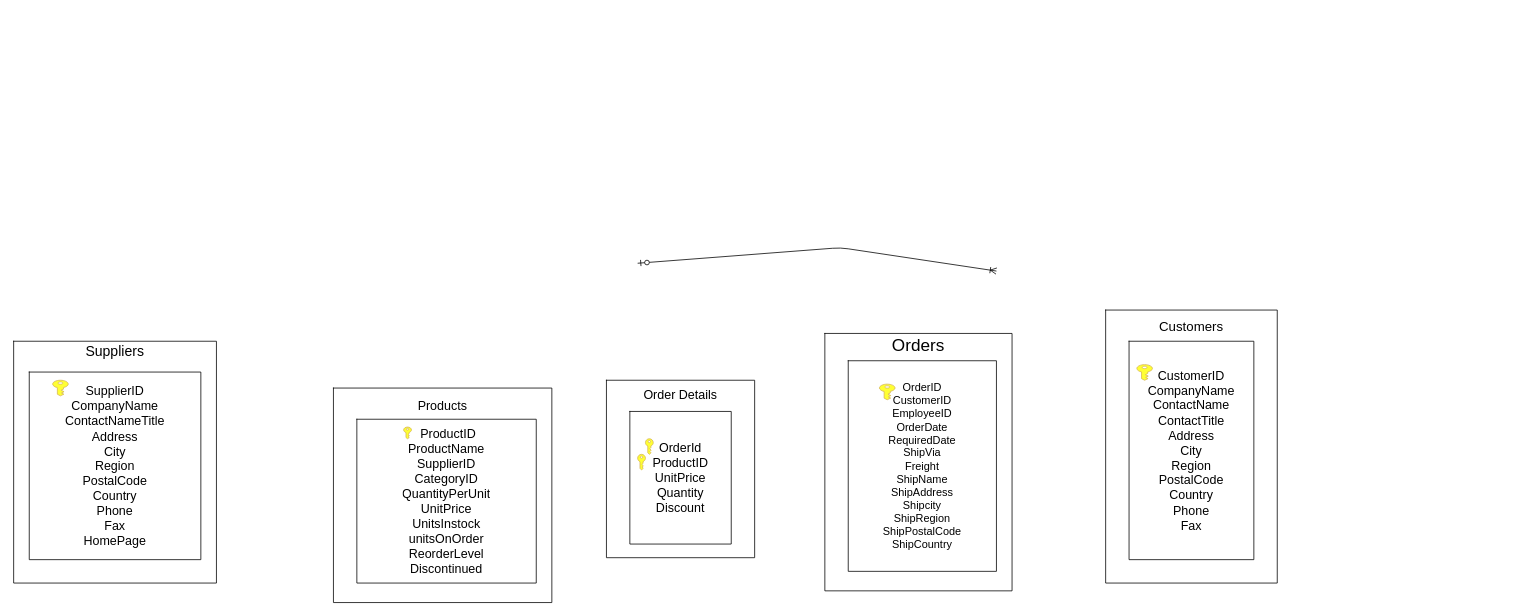
Earlier version of the draw.io diagram ER_Shop.drawio (nattapon62/ER_diagram). Source tidied: cells renumbered, new cells numbered last; positions are measured from the earlier drawing's top-left corner, leaving out a move shared by most shapes. Both pictures are drawn from the tidied source at 78%, with x=0, y=0 at pixel (13, 247).
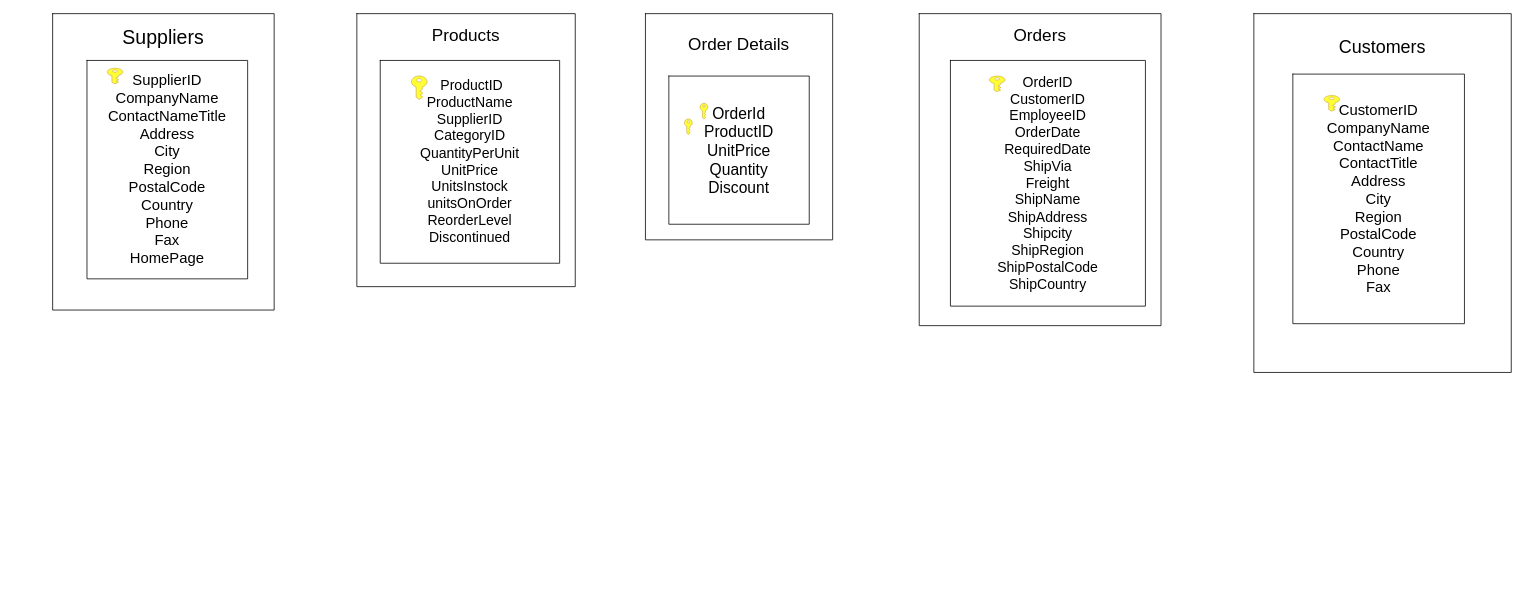
Above is the later version.

What changed in the source:
```diff
@@
     <mxCell id="2" style="shape=table;html=1;whiteSpace=wrap;startSize=0;childLayout=tableLayout;" parent="1" vertex="1">
-      <mxGeometry x="1400" y="80" width="220" height="350" as="geometry" />
+      <mxGeometry x="1590" y="-300" width="330" height="460" as="geometry" />
     </mxCell>
     <mxCell id="3" style="shape=partialRectangle;html=1;whiteSpace=wrap;fillColor=none;top=0;left=0;bottom=0;right=0;" parent="2" vertex="1">
-      <mxGeometry width="220" height="350" as="geometry" />
+      <mxGeometry width="330" height="460" as="geometry" />
     </mxCell>
-    <mxCell id="4" value="&lt;font style=&quot;font-size: 17px&quot;&gt;&lt;font style=&quot;font-size: 17px&quot;&gt;Customers&lt;/font&gt;&lt;br&gt;&lt;br&gt;&lt;br&gt;&lt;br&gt;&lt;br&gt;&lt;br&gt;&lt;br&gt;&lt;br&gt;&lt;br&gt;&lt;br&gt;&lt;br&gt;&lt;br&gt;&lt;br&gt;&lt;br&gt;&lt;br&gt;&lt;br&gt;&lt;/font&gt;" style="shape=partialRectangle;html=1;whiteSpace=wrap;overflow=hidden;fillColor=none;top=0;left=0;bottom=0;right=0;" parent="3" vertex="1">
-      <mxGeometry width="220" height="350" as="geometry" />
+    <mxCell id="4" value="&lt;font&gt;&lt;font&gt;&lt;font style=&quot;font-size: 23px&quot;&gt;Customers&lt;br&gt;&lt;/font&gt;&lt;br&gt;&lt;br&gt;&lt;br&gt;&lt;br&gt;&lt;br&gt;&lt;br&gt;&lt;br&gt;&lt;br&gt;&lt;br&gt;&lt;br&gt;&lt;/font&gt;&lt;br&gt;&lt;br&gt;&lt;br&gt;&lt;br&gt;&lt;br&gt;&lt;br&gt;&lt;br&gt;&lt;br&gt;&lt;br&gt;&lt;br&gt;&lt;br&gt;&lt;br&gt;&lt;br&gt;&lt;br&gt;&lt;br&gt;&lt;br&gt;&lt;/font&gt;" style="shape=partialRectangle;html=1;whiteSpace=wrap;overflow=hidden;fillColor=none;top=0;left=0;bottom=0;right=0;" parent="3" vertex="1">
+      <mxGeometry width="330" height="460" as="geometry" />
     </mxCell>
     <mxCell id="5" style="shape=table;html=1;whiteSpace=wrap;startSize=0;childLayout=tableLayout;" parent="1" vertex="1">
-      <mxGeometry x="760" y="170" width="190" height="227.5" as="geometry" />
+      <mxGeometry x="810" y="-300" width="240" height="290" as="geometry" />
     </mxCell>
     <mxCell id="6" style="shape=partialRectangle;html=1;whiteSpace=wrap;fillColor=none;top=0;left=0;bottom=0;right=0;" parent="5" vertex="1">
-      <mxGeometry width="190" height="228" as="geometry" />
+      <mxGeometry width="240" height="290" as="geometry" />
     </mxCell>
-    <mxCell id="7" value="&lt;font style=&quot;font-size: 16px&quot;&gt;Order Details&lt;br&gt;&lt;br&gt;&lt;br&gt;&lt;br&gt;&lt;br&gt;&lt;br&gt;&lt;br&gt;&lt;br&gt;&lt;br&gt;&lt;br&gt;&lt;br&gt;&lt;/font&gt;" style="shape=partialRectangle;html=1;whiteSpace=wrap;overflow=hidden;fillColor=none;top=0;left=0;bottom=0;right=0;" parent="6" vertex="1">
-      <mxGeometry width="190" height="228" as="geometry" />
+    <mxCell id="7" value="&lt;font style=&quot;font-size: 22px&quot;&gt;Order Details&lt;br&gt;&lt;br&gt;&lt;br&gt;&lt;br&gt;&lt;br&gt;&lt;br&gt;&lt;br&gt;&lt;br&gt;&lt;br&gt;&lt;/font&gt;" style="shape=partialRectangle;html=1;whiteSpace=wrap;overflow=hidden;fillColor=none;top=0;left=0;bottom=0;right=0;" parent="6" vertex="1">
+      <mxGeometry width="240" height="290" as="geometry" />
     </mxCell>
     <mxCell id="8" style="shape=table;html=1;whiteSpace=wrap;startSize=0;childLayout=tableLayout;" parent="1" vertex="1">
-      <mxGeometry y="120" width="260" height="310" as="geometry" />
+      <mxGeometry x="50" y="-300" width="284" height="380" as="geometry" />
     </mxCell>
     <mxCell id="9" style="shape=partialRectangle;html=1;whiteSpace=wrap;fillColor=none;top=0;left=0;bottom=0;right=0;" parent="8" vertex="1">
-      <mxGeometry width="260" height="310" as="geometry" />
+      <mxGeometry width="284" height="380" as="geometry" />
     </mxCell>
-    <mxCell id="10" value="&lt;span style=&quot;font-size: 18px&quot;&gt;Suppliers&lt;br&gt;&lt;br&gt;&lt;br&gt;&lt;br&gt;&lt;br&gt;&lt;br&gt;&lt;br&gt;&lt;br&gt;&lt;br&gt;&lt;br&gt;&lt;br&gt;&lt;br&gt;&lt;br&gt;&lt;br&gt;&lt;/span&gt;" style="shape=partialRectangle;html=1;whiteSpace=wrap;overflow=hidden;fillColor=none;top=0;left=0;bottom=0;right=0;" parent="9" vertex="1">
-      <mxGeometry width="260" height="310" as="geometry" />
+    <mxCell id="10" value="&lt;font style=&quot;font-size: 25px&quot;&gt;Suppliers&lt;br&gt;&lt;br&gt;&lt;br&gt;&lt;/font&gt;&lt;br&gt;&lt;br&gt;&lt;br&gt;&lt;br&gt;&lt;br&gt;&lt;br&gt;&lt;br&gt;&lt;br&gt;&lt;br&gt;&lt;br&gt;&lt;br&gt;&lt;br&gt;&lt;br&gt;&lt;br&gt;&lt;br&gt;&lt;br&gt;&lt;br&gt;&lt;br&gt;" style="shape=partialRectangle;html=1;whiteSpace=wrap;overflow=hidden;fillColor=none;top=0;left=0;bottom=0;right=0;" parent="9" vertex="1">
+      <mxGeometry width="284" height="380" as="geometry" />
     </mxCell>
     <mxCell id="11" style="shape=table;html=1;whiteSpace=wrap;startSize=0;childLayout=tableLayout;" parent="1" vertex="1">
-      <mxGeometry x="1040" y="110" width="240" height="330" as="geometry" />
+      <mxGeometry x="1161" y="-300" width="310" height="400" as="geometry" />
     </mxCell>
     <mxCell id="12" style="shape=partialRectangle;html=1;whiteSpace=wrap;fillColor=none;top=0;left=0;bottom=0;right=0;" parent="11" vertex="1">
-      <mxGeometry width="240" height="330" as="geometry" />
+      <mxGeometry width="310" height="400" as="geometry" />
     </mxCell>
-    <mxCell id="13" value="&lt;font style=&quot;font-size: 22px&quot;&gt;Orders&lt;br&gt;&lt;br&gt;&lt;br&gt;&lt;br&gt;&lt;br&gt;&lt;br&gt;&lt;br&gt;&lt;br&gt;&lt;br&gt;&lt;br&gt;&lt;br&gt;&lt;br&gt;&lt;br&gt;&lt;/font&gt;" style="shape=partialRectangle;html=1;whiteSpace=wrap;overflow=hidden;fillColor=none;top=0;left=0;bottom=0;right=0;" parent="12" vertex="1">
-      <mxGeometry width="240" height="330" as="geometry" />
+    <mxCell id="13" value="&lt;font style=&quot;font-size: 22px&quot;&gt;Orders&lt;br&gt;&lt;br&gt;&lt;br&gt;&lt;br&gt;&lt;br&gt;&lt;br&gt;&lt;br&gt;&lt;br&gt;&lt;br&gt;&lt;br&gt;&lt;br&gt;&lt;br&gt;&lt;br&gt;&lt;br&gt;&lt;/font&gt;" style="shape=partialRectangle;html=1;whiteSpace=wrap;overflow=hidden;fillColor=none;top=0;left=0;bottom=0;right=0;" parent="12" vertex="1">
+      <mxGeometry width="310" height="400" as="geometry" />
     </mxCell>
     <mxCell id="14" style="shape=table;html=1;whiteSpace=wrap;startSize=0;childLayout=tableLayout;" parent="1" vertex="1">
-      <mxGeometry x="410" y="180" width="280" height="275" as="geometry" />
+      <mxGeometry x="440" y="-300" width="280" height="350" as="geometry" />
     </mxCell>
     <mxCell id="15" style="shape=partialRectangle;html=1;whiteSpace=wrap;fillColor=none;top=0;left=0;bottom=0;right=0;" parent="14" vertex="1">
-      <mxGeometry width="280" height="275" as="geometry" />
+      <mxGeometry width="280" height="350" as="geometry" />
     </mxCell>
-    <mxCell id="16" value="&lt;font style=&quot;font-size: 16px&quot;&gt;Products&lt;br&gt;&lt;br&gt;&lt;br&gt;&lt;br&gt;&lt;br&gt;&lt;br&gt;&lt;br&gt;&lt;br&gt;&lt;br&gt;&lt;br&gt;&lt;br&gt;&lt;br&gt;&lt;br&gt;&lt;/font&gt;" style="shape=partialRectangle;html=1;whiteSpace=wrap;overflow=hidden;fillColor=none;top=0;left=0;bottom=0;right=0;" parent="15" vertex="1">
-      <mxGeometry width="280" height="275" as="geometry" />
+    <mxCell id="16" value="&lt;font&gt;&lt;font style=&quot;font-size: 22px&quot;&gt;Products&lt;br&gt;&lt;br&gt;&lt;br&gt;&lt;br&gt;&lt;/font&gt;&lt;br&gt;&lt;br&gt;&lt;br&gt;&lt;br&gt;&lt;br&gt;&lt;br&gt;&lt;br&gt;&lt;br&gt;&lt;br&gt;&lt;br&gt;&lt;br&gt;&lt;br&gt;&lt;br&gt;&lt;br&gt;&lt;br&gt;&lt;/font&gt;" style="shape=partialRectangle;html=1;whiteSpace=wrap;overflow=hidden;fillColor=none;top=0;left=0;bottom=0;right=0;" parent="15" vertex="1">
+      <mxGeometry width="280" height="350" as="geometry" />
     </mxCell>
     <mxCell id="17" style="shape=table;html=1;whiteSpace=wrap;startSize=0;childLayout=tableLayout;" parent="1" vertex="1">
-      <mxGeometry x="20" y="159.5" width="220" height="240.5" as="geometry" />
+      <mxGeometry x="94" y="-240" width="206" height="280" as="geometry" />
     </mxCell>
     <mxCell id="18" style="shape=partialRectangle;html=1;whiteSpace=wrap;fillColor=none;top=0;left=0;bottom=0;right=0;" parent="17" vertex="1">
-      <mxGeometry width="220" height="241" as="geometry" />
+      <mxGeometry width="206" height="280" as="geometry" />
     </mxCell>
-    <mxCell id="19" value="&lt;font style=&quot;font-size: 16px&quot;&gt;SupplierID&lt;br&gt;CompanyName&lt;br&gt;ContactNameTitle&lt;br&gt;Address&lt;br&gt;City&lt;br&gt;Region&lt;br&gt;PostalCode&lt;br&gt;Country&lt;br&gt;Phone&lt;br&gt;Fax&lt;br&gt;HomePage&lt;/font&gt;" style="shape=partialRectangle;html=1;whiteSpace=wrap;overflow=hidden;fillColor=none;top=0;left=0;bottom=0;right=0;" parent="18" vertex="1">
-      <mxGeometry width="220" height="241" as="geometry" />
+    <mxCell id="19" value="&lt;font style=&quot;font-size: 19px&quot;&gt;SupplierID&lt;br&gt;CompanyName&lt;br&gt;ContactNameTitle&lt;br&gt;Address&lt;br&gt;City&lt;br&gt;Region&lt;br&gt;PostalCode&lt;br&gt;Country&lt;br&gt;Phone&lt;br&gt;Fax&lt;br&gt;HomePage&lt;/font&gt;" style="shape=partialRectangle;html=1;whiteSpace=wrap;overflow=hidden;fillColor=none;top=0;left=0;bottom=0;right=0;" parent="18" vertex="1">
+      <mxGeometry width="206" height="280" as="geometry" />
     </mxCell>
     <mxCell id="20" style="shadow=0;dashed=0;html=1;strokeColor=#d6b656;labelPosition=center;verticalLabelPosition=bottom;verticalAlign=top;align=center;shape=mxgraph.office.security.key_permissions;fillColor=#FFFF33;rotation=0;" parent="1" vertex="1">
-      <mxGeometry x="50" y="170" width="20" height="20" as="geometry" />
+      <mxGeometry x="120" y="-230" width="20" height="20" as="geometry" />
     </mxCell>
     <mxCell id="21" style="shape=table;html=1;whiteSpace=wrap;startSize=0;childLayout=tableLayout;" parent="1" vertex="1">
-      <mxGeometry x="440" y="220" width="230" height="210" as="geometry" />
+      <mxGeometry x="470" y="-240" width="230" height="260" as="geometry" />
     </mxCell>
     <mxCell id="22" style="shape=partialRectangle;html=1;whiteSpace=wrap;fillColor=none;top=0;left=0;bottom=0;right=0;" parent="21" vertex="1">
-      <mxGeometry width="230" height="210" as="geometry" />
+      <mxGeometry width="230" height="260" as="geometry" />
     </mxCell>
-    <mxCell id="23" value="&lt;font style=&quot;font-size: 16px&quot;&gt;&amp;nbsp;&lt;font style=&quot;font-size: 16px&quot;&gt;ProductID&lt;br&gt;ProductName&lt;br&gt;SupplierID&lt;br&gt;CategoryID&lt;br&gt;QuantityPerUnit&lt;br&gt;UnitPrice&lt;br&gt;UnitsInstock&lt;br&gt;unitsOnOrder&lt;br&gt;ReorderLevel&lt;br&gt;Discontinued&lt;/font&gt;&lt;/font&gt;" style="shape=partialRectangle;html=1;whiteSpace=wrap;overflow=hidden;fillColor=none;top=0;left=0;bottom=0;right=0;" parent="22" vertex="1">
-      <mxGeometry width="230" height="210" as="geometry" />
+    <mxCell id="23" value="&lt;font style=&quot;font-size: 18px&quot;&gt;&amp;nbsp;&lt;font style=&quot;font-size: 18px&quot;&gt;ProductID&lt;br&gt;ProductName&lt;br&gt;SupplierID&lt;br&gt;CategoryID&lt;br&gt;QuantityPerUnit&lt;br&gt;UnitPrice&lt;br&gt;UnitsInstock&lt;br&gt;unitsOnOrder&lt;br&gt;ReorderLevel&lt;br&gt;Discontinued&lt;/font&gt;&lt;/font&gt;" style="shape=partialRectangle;html=1;whiteSpace=wrap;overflow=hidden;fillColor=none;top=0;left=0;bottom=0;right=0;" parent="22" vertex="1">
+      <mxGeometry width="230" height="260" as="geometry" />
     </mxCell>
     <mxCell id="24" style="shadow=0;dashed=0;html=1;strokeColor=#d6b656;labelPosition=center;verticalLabelPosition=bottom;verticalAlign=top;align=center;shape=mxgraph.office.security.key_permissions;fillColor=#FFFF33;rotation=0;" parent="1" vertex="1">
-      <mxGeometry x="500" y="230" width="10" height="15" as="geometry" />
+      <mxGeometry x="510" y="-220" width="20" height="30" as="geometry" />
     </mxCell>
     <mxCell id="25" style="shape=table;html=1;whiteSpace=wrap;startSize=0;childLayout=tableLayout;" parent="1" vertex="1">
-      <mxGeometry x="1070" y="145" width="190" height="270" as="geometry" />
+      <mxGeometry x="1201" y="-240" width="250" height="315" as="geometry" />
     </mxCell>
     <mxCell id="26" style="shape=partialRectangle;html=1;whiteSpace=wrap;fillColor=none;top=0;left=0;bottom=0;right=0;" parent="25" vertex="1">
-      <mxGeometry width="190" height="270" as="geometry" />
+      <mxGeometry width="250" height="315" as="geometry" />
     </mxCell>
-    <mxCell id="27" value="&lt;font style=&quot;font-size: 14px&quot;&gt;OrderID&lt;br&gt;CustomerID&lt;br&gt;EmployeeID&lt;br&gt;OrderDate&lt;br&gt;RequiredDate&lt;br&gt;ShipVia&lt;br&gt;Freight&lt;br&gt;ShipName&lt;br&gt;ShipAddress&lt;br&gt;Shipcity&lt;br&gt;ShipRegion&lt;br&gt;ShipPostalCode&lt;br&gt;ShipCountry&lt;/font&gt;" style="shape=partialRectangle;html=1;whiteSpace=wrap;overflow=hidden;fillColor=none;top=0;left=0;bottom=0;right=0;" parent="26" vertex="1">
-      <mxGeometry width="190" height="270" as="geometry" />
+    <mxCell id="27" value="&lt;font style=&quot;font-size: 18px&quot;&gt;OrderID&lt;br&gt;CustomerID&lt;br&gt;EmployeeID&lt;br&gt;OrderDate&lt;br&gt;RequiredDate&lt;br&gt;ShipVia&lt;br&gt;Freight&lt;br&gt;ShipName&lt;br&gt;ShipAddress&lt;br&gt;Shipcity&lt;br&gt;ShipRegion&lt;br&gt;ShipPostalCode&lt;br&gt;ShipCountry&lt;/font&gt;" style="shape=partialRectangle;html=1;whiteSpace=wrap;overflow=hidden;fillColor=none;top=0;left=0;bottom=0;right=0;" parent="26" vertex="1">
+      <mxGeometry width="250" height="315" as="geometry" />
     </mxCell>
     <mxCell id="28" style="shadow=0;dashed=0;html=1;strokeColor=#d6b656;labelPosition=center;verticalLabelPosition=bottom;verticalAlign=top;align=center;shape=mxgraph.office.security.key_permissions;fillColor=#FFFF33;rotation=0;" parent="1" vertex="1">
-      <mxGeometry x="1110" y="175" width="20" height="20" as="geometry" />
+      <mxGeometry x="1251" y="-220" width="20" height="20" as="geometry" />
     </mxCell>
     <mxCell id="29" style="shape=table;html=1;whiteSpace=wrap;startSize=0;childLayout=tableLayout;" parent="1" vertex="1">
-      <mxGeometry x="790" y="210" width="130" height="170" as="geometry" />
+      <mxGeometry x="840" y="-220" width="180" height="190" as="geometry" />
     </mxCell>
     <mxCell id="30" style="shape=partialRectangle;html=1;whiteSpace=wrap;fillColor=none;top=0;left=0;bottom=0;right=0;" parent="29" vertex="1">
-      <mxGeometry width="130" height="170" as="geometry" />
+      <mxGeometry width="180" height="190" as="geometry" />
     </mxCell>
-    <mxCell id="31" value="&lt;font style=&quot;font-size: 16px&quot;&gt;OrderId&lt;br&gt;ProductID&lt;br&gt;UnitPrice&lt;br&gt;Quantity&lt;br&gt;Discount&lt;/font&gt;" style="shape=partialRectangle;html=1;whiteSpace=wrap;overflow=hidden;fillColor=none;top=0;left=0;bottom=0;right=0;" parent="30" vertex="1">
-      <mxGeometry width="130" height="170" as="geometry" />
+    <mxCell id="31" value="&lt;font style=&quot;font-size: 20px&quot;&gt;OrderId&lt;br&gt;ProductID&lt;br&gt;UnitPrice&lt;br&gt;Quantity&lt;br&gt;Discount&lt;/font&gt;" style="shape=partialRectangle;html=1;whiteSpace=wrap;overflow=hidden;fillColor=none;top=0;left=0;bottom=0;right=0;" parent="30" vertex="1">
+      <mxGeometry width="180" height="190" as="geometry" />
     </mxCell>
     <mxCell id="32" style="shadow=0;dashed=0;html=1;strokeColor=#d6b656;labelPosition=center;verticalLabelPosition=bottom;verticalAlign=top;align=center;shape=mxgraph.office.security.key_permissions;fillColor=#FFFF33;rotation=0;" parent="1" vertex="1">
-      <mxGeometry x="810" y="245" width="10" height="20" as="geometry" />
+      <mxGeometry x="880" y="-185" width="10" height="20" as="geometry" />
     </mxCell>
     <mxCell id="33" style="shadow=0;dashed=0;html=1;strokeColor=#d6b656;labelPosition=center;verticalLabelPosition=bottom;verticalAlign=top;align=center;shape=mxgraph.office.security.key_permissions;fillColor=#FFFF33;rotation=0;" parent="1" vertex="1">
-      <mxGeometry x="800" y="265" width="10" height="20" as="geometry" />
+      <mxGeometry x="860" y="-165" width="10" height="20" as="geometry" />
     </mxCell>
     <mxCell id="34" style="shape=table;html=1;whiteSpace=wrap;startSize=0;childLayout=tableLayout;" parent="1" vertex="1">
-      <mxGeometry x="1430" y="120" width="160" height="280" as="geometry" />
+      <mxGeometry x="1640" y="-222.5" width="220" height="320" as="geometry" />
     </mxCell>
     <mxCell id="35" style="shape=partialRectangle;html=1;whiteSpace=wrap;fillColor=none;top=0;left=0;bottom=0;right=0;" parent="34" vertex="1">
-      <mxGeometry width="160" height="280" as="geometry" />
+      <mxGeometry width="220" height="320" as="geometry" />
     </mxCell>
-    <mxCell id="36" value="&lt;font style=&quot;font-size: 16px&quot;&gt;CustomerID&lt;br&gt;CompanyName&lt;br&gt;ContactName&lt;br&gt;ContactTitle&lt;br&gt;Address&lt;br&gt;City&lt;br&gt;Region&lt;br&gt;PostalCode&lt;br&gt;Country&lt;br&gt;Phone&lt;br&gt;Fax&lt;/font&gt;" style="shape=partialRectangle;html=1;whiteSpace=wrap;overflow=hidden;fillColor=none;top=0;left=0;bottom=0;right=0;" parent="35" vertex="1">
-      <mxGeometry width="160" height="280" as="geometry" />
+    <mxCell id="36" value="&lt;font style=&quot;font-size: 19px&quot;&gt;CustomerID&lt;br&gt;CompanyName&lt;br&gt;ContactName&lt;br&gt;ContactTitle&lt;br&gt;Address&lt;br&gt;City&lt;br&gt;Region&lt;br&gt;PostalCode&lt;br&gt;Country&lt;br&gt;Phone&lt;br&gt;Fax&lt;/font&gt;" style="shape=partialRectangle;html=1;whiteSpace=wrap;overflow=hidden;fillColor=none;top=0;left=0;bottom=0;right=0;" parent="35" vertex="1">
+      <mxGeometry width="220" height="320" as="geometry" />
     </mxCell>
     <mxCell id="37" style="shadow=0;dashed=0;html=1;strokeColor=#d6b656;labelPosition=center;verticalLabelPosition=bottom;verticalAlign=top;align=center;shape=mxgraph.office.security.key_permissions;fillColor=#FFFF33;rotation=0;" parent="1" vertex="1">
-      <mxGeometry x="1440" y="150" width="20" height="20" as="geometry" />
+      <mxGeometry x="1680" y="-195" width="20" height="20" as="geometry" />
     </mxCell>
-    <mxCell id="38" style="endArrow=ERoneToMany;html=1;endFill=0;startArrow=ERzeroToOne;startFill=1;strokeWidth=1;" parent="1" edge="1">
-      <mxGeometry relative="1" as="geometry">
-        <mxPoint x="800" y="20" as="sourcePoint" />
-        <mxPoint x="1260" y="30" as="targetPoint" />
-        <Array as="points">
-          <mxPoint x="1060" />
-        </Array>
-      </mxGeometry>
-    </mxCell>
```
